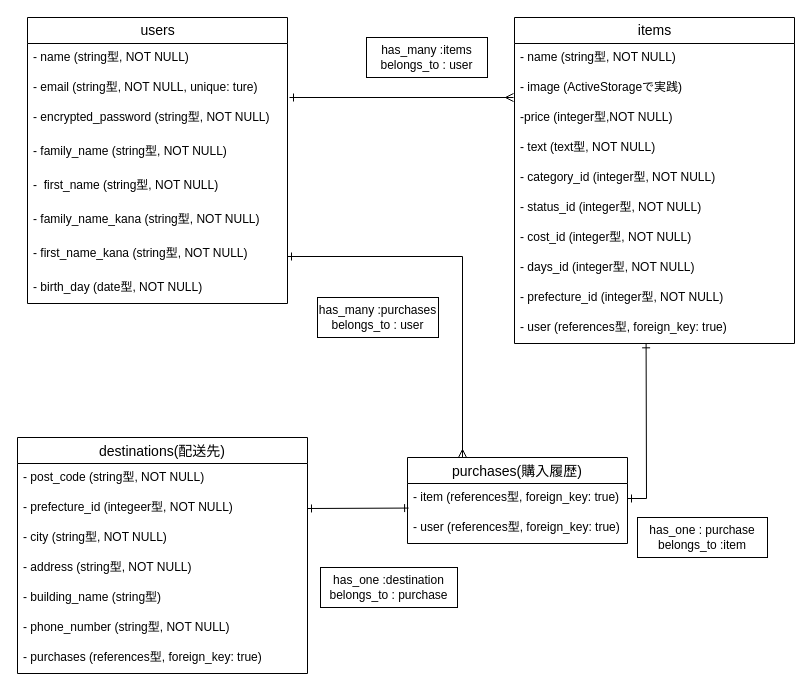
Above: er.dio in kosuke-17/furima-34844 (draw.io), before the change. Source tidied: cells renumbered, new cells numbered last; positions are measured from the earlier drawing's top-left corner, leaving out a move shared by most shapes. Both pictures are drawn from the tidied source at 100%, with x=0, y=0 at pixel (17, 17).
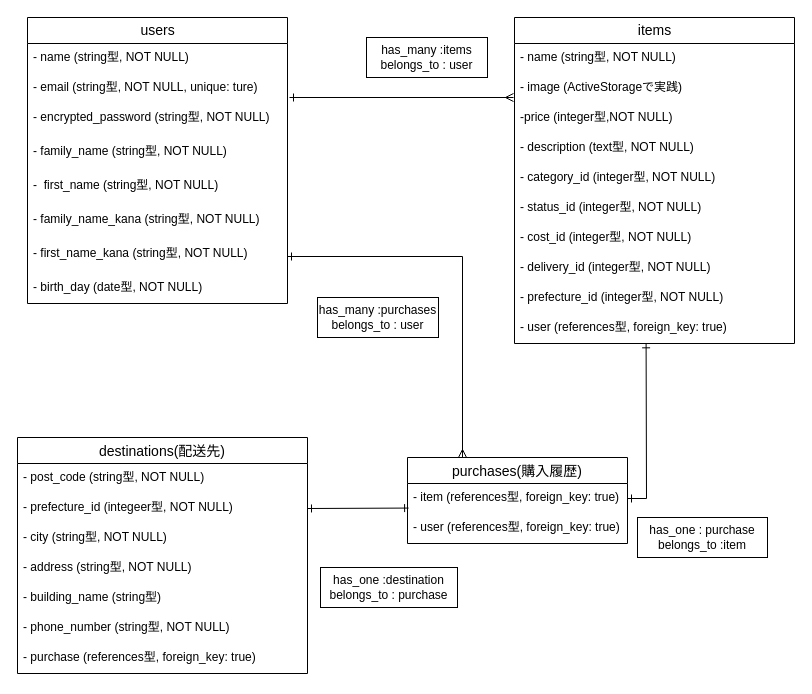
The same page after the edit.

Commit message (it also covers changes not shown here):
ER図修正完了

The change refers to these unchanged cells:
```xml
<mxCell id="11" value="items" style="swimlane;fontStyle=0;horizontal=1;startSize=26;align=center;fontSize=14;html=1;" parent="1" vertex="1">
  <mxGeometry x="497" width="280" height="326" as="geometry" />
</mxCell>
<mxCell id="22" value="destinations(配送先)" style="swimlane;fontStyle=0;horizontal=1;startSize=26;align=center;fontSize=14;" parent="1" vertex="1">
  <mxGeometry y="420" width="290" height="236" as="geometry" />
</mxCell>
```

The edit, as a diff of the source:
```diff
@@
-    <mxCell id="15" value="- text (text型, NOT NULL)" style="text;strokeColor=none;fillColor=none;spacingLeft=4;spacingRight=4;overflow=hidden;fontSize=12;" parent="11" vertex="1">
+    <mxCell id="15" value="- description (text型, NOT NULL)" style="text;strokeColor=none;fillColor=none;spacingLeft=4;spacingRight=4;overflow=hidden;fontSize=12;" parent="11" vertex="1">
       <mxGeometry y="116" width="280" height="30" as="geometry" />
     </mxCell>
@@
-    <mxCell id="19" value="- days_id (integer型, NOT NULL)" style="text;strokeColor=none;fillColor=none;spacingLeft=4;spacingRight=4;overflow=hidden;fontSize=12;" parent="11" vertex="1">
+    <mxCell id="19" value="- delivery_id (integer型, NOT NULL)" style="text;strokeColor=none;fillColor=none;spacingLeft=4;spacingRight=4;overflow=hidden;fontSize=12;" parent="11" vertex="1">
       <mxGeometry y="236" width="280" height="30" as="geometry" />
     </mxCell>
@@
-    <mxCell id="29" value="- purchases (references型, foreign_key: true)" style="text;strokeColor=none;fillColor=none;spacingLeft=4;spacingRight=4;overflow=hidden;fontSize=12;" parent="22" vertex="1">
+    <mxCell id="29" value="- purchase (references型, foreign_key: true)" style="text;strokeColor=none;fillColor=none;spacingLeft=4;spacingRight=4;overflow=hidden;fontSize=12;" parent="22" vertex="1">
       <mxGeometry y="206" width="290" height="30" as="geometry" />
     </mxCell>
```
